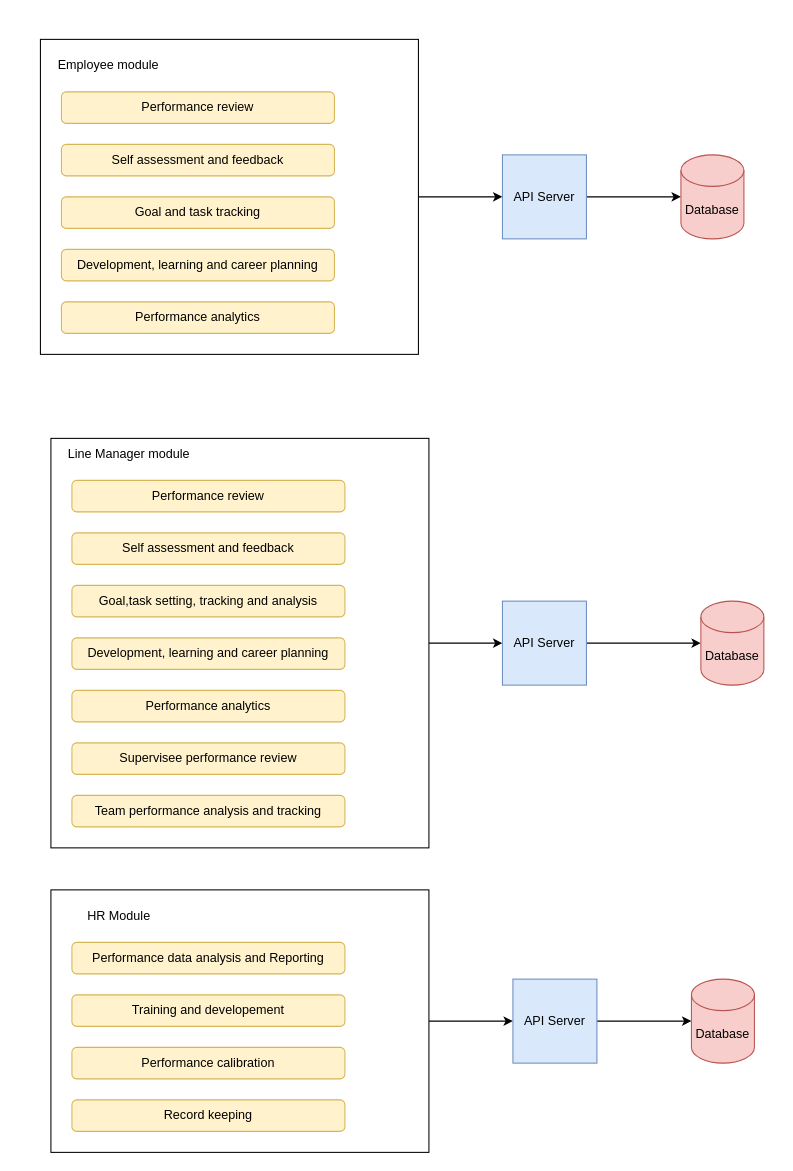
Earlier version of the draw.io diagram PMS employee module.drawio (JohnMugambi/Files). Source tidied: cells renumbered, new cells numbered last; positions are measured from the earlier drawing's top-left corner, leaving out a move shared by most shapes. Both pictures are drawn from the tidied source at 105%, with x=0, y=0 at pixel (40, 39).
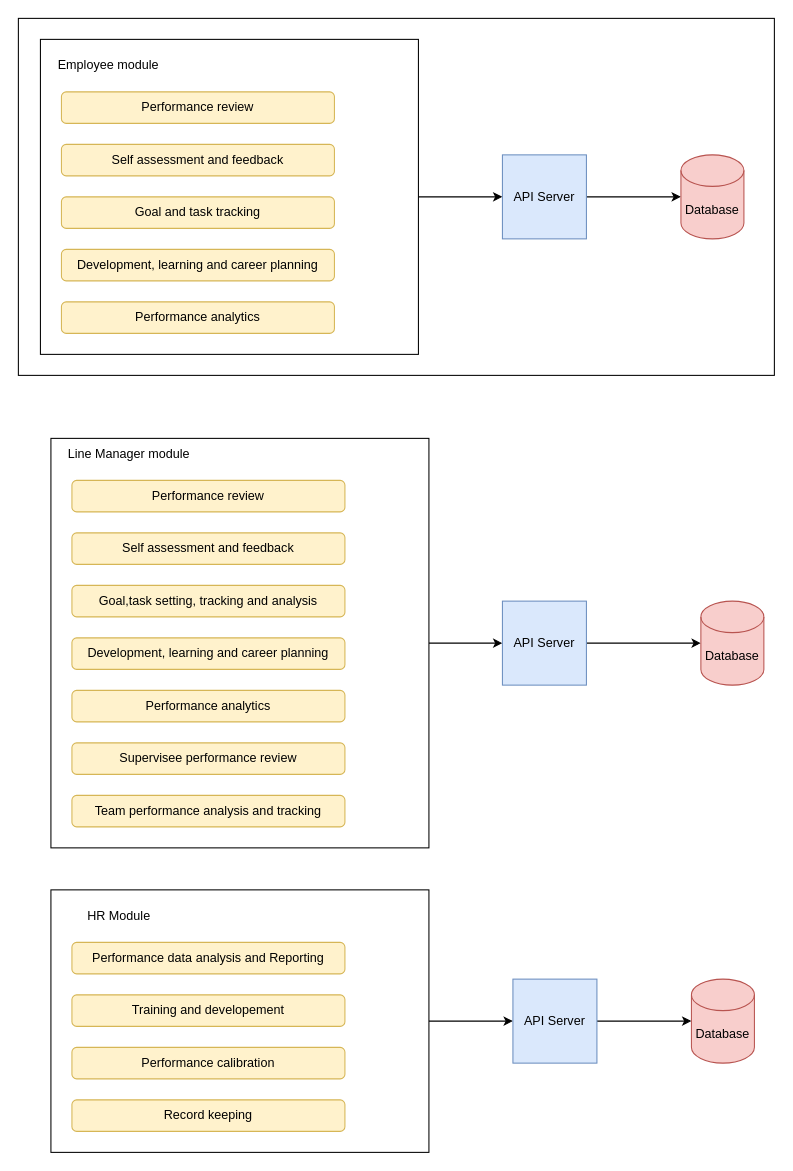
The same page after the edit.

Change to the diagram source:
```diff
@@
+    <mxCell id="36" style="rounded=0;whiteSpace=wrap;html=1;" parent="1" vertex="1">
+      <mxGeometry x="-21" y="-20" width="720" height="340" as="geometry" />
+    </mxCell>
```
